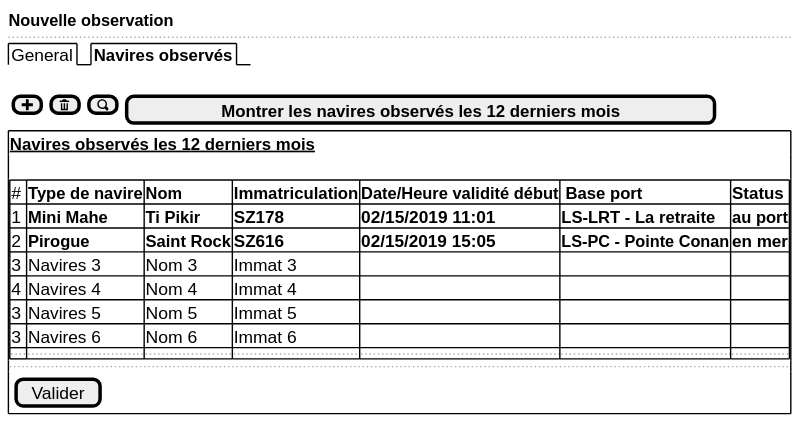
The PlantUML diagram use-case/collect/landing/observed-location-ui-vessels-liste.svg in sumaris-net/sumaris-doc, before a commit. Its source is kept beside it as use-case/collect/landing/observed-location-ui-vessels-liste.puml.
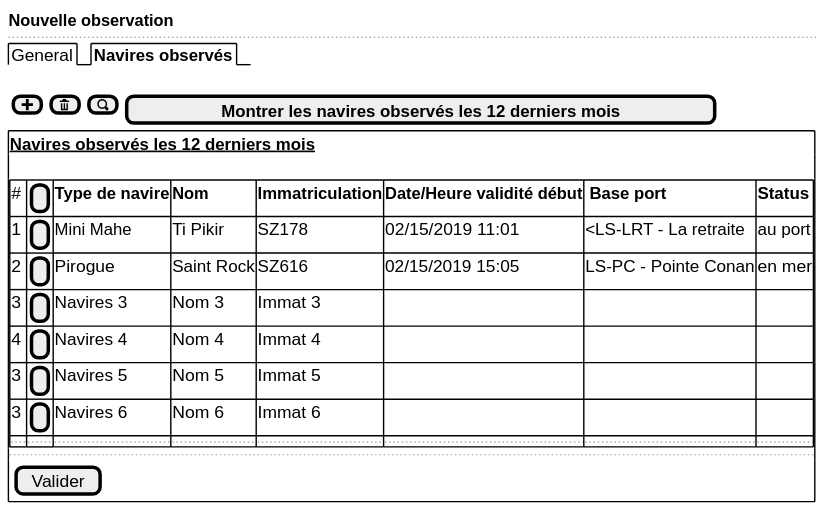
The same diagram one commit later.

Diff of the diagram source:
```diff
@@ -10,14 +10,14 @@
   <b><u>Navires observés les 12 derniers mois
   .
       {#
-      # | <b>Type de navire  | <b>Nom        | <b>Immatriculation | <b>Date/Heure validité début     | <b> Base port           | <b>Status
-      1 | <b>Mini Mahe       | <b>Ti Pikir   | <b>SZ178           | <b>02/15/2019 11:01              |  <b>LS-LRT - La retraite| <b>au port
-      2 | <b>Pirogue         | <b>Saint Rock | <b>SZ616           | <b>02/15/2019 15:05              |  <b>LS-PC - Pointe Conan| <b>en mer
-      3 | Navires 3          | Nom 3         | Immat 3            | .                                |  .                      | .
-      4 | Navires 4          | Nom 4         | Immat 4            | .                                |  .                      | .
-      3 | Navires 5          | Nom 5         | Immat 5            | .                                |  .                      | .
-      3 | Navires 6          | Nom 6         | Immat 6            | .                                |  .                      | .
-      ... | ... |... |... |... |... |...
+      # |[ ]| <b>Type de navire  | <b>Nom        | <b>Immatriculation | <b>Date/Heure validité début     | <b> Base port           | <b>Status
+      1 |[ ]| Mini Mahe          | Ti Pikir      | SZ178              | 02/15/2019 11:01                 |  <LS-LRT - La retraite  | au port
+      2 |[ ]| Pirogue            | Saint Rock    | SZ616              | 02/15/2019 15:05                 |  LS-PC - Pointe Conan   | en mer
+      3 |[ ]| Navires 3          | Nom 3         | Immat 3            | .                                |  .                      | .
+      4 |[ ]| Navires 4          | Nom 4         | Immat 4            | .                                |  .                      | .
+      3 |[ ]| Navires 5          | Nom 5         | Immat 5            | .                                |  .                      | .
+      3 |[ ]| Navires 6          | Nom 6         | Immat 6            | .                                |  .                      | .
+      ...| ... | ... |... |... |... |... |...
       }
     ..
     {{[Valider]}}
```
